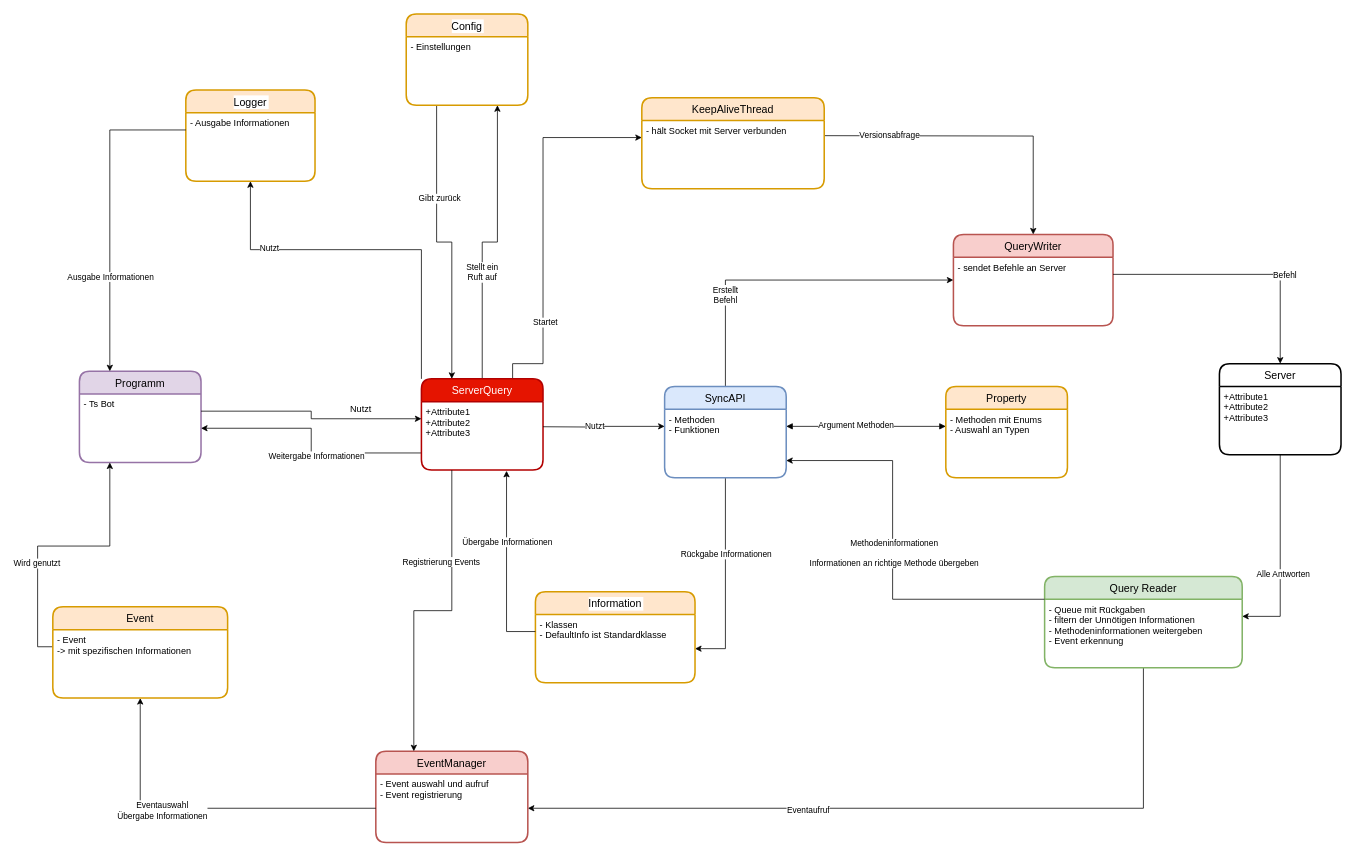
vincocrafter/TeamSpeak-Java-Bot-API keeps this draw.io diagram as TsAPI Modell.drawio. Above is the earlier version. Source tidied: cells renumbered, new cells numbered last; positions are measured from the earlier drawing's top-left corner, leaving out a move shared by most shapes. Both pictures are drawn from the tidied source at 76%, with x=0, y=0 at pixel (52, 14).
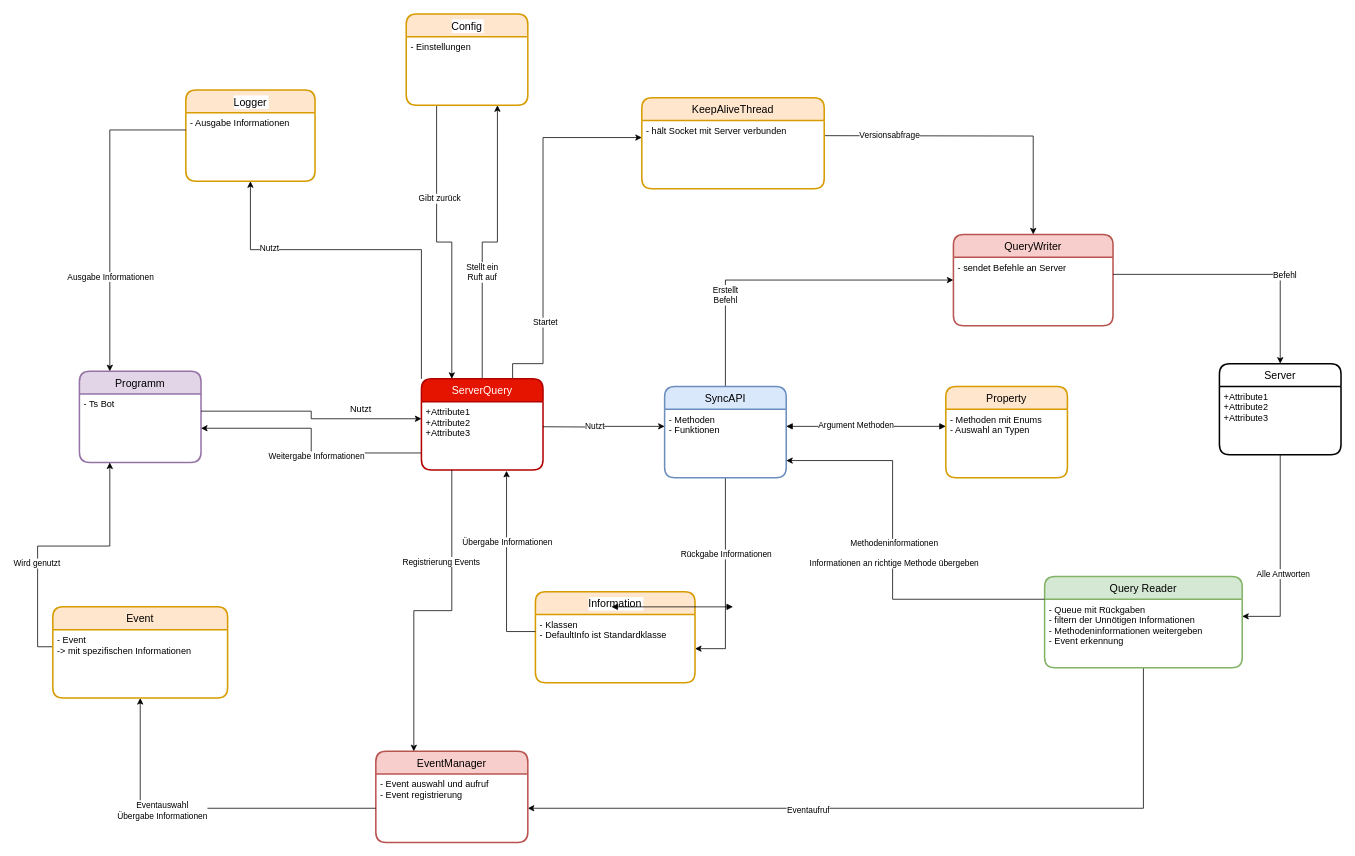
The same diagram, later.

What changed in the source:
```diff
@@
+    <mxCell id="68" style="endArrow=block;startArrow=block;endFill=1;startFill=1;html=1;" parent="1" edge="1">
+      <mxGeometry relative="1" as="geometry">
+        <mxPoint x="735" y="780" as="sourcePoint" />
+        <mxPoint x="895" y="780" as="targetPoint" />
+      </mxGeometry>
+    </mxCell>
```
